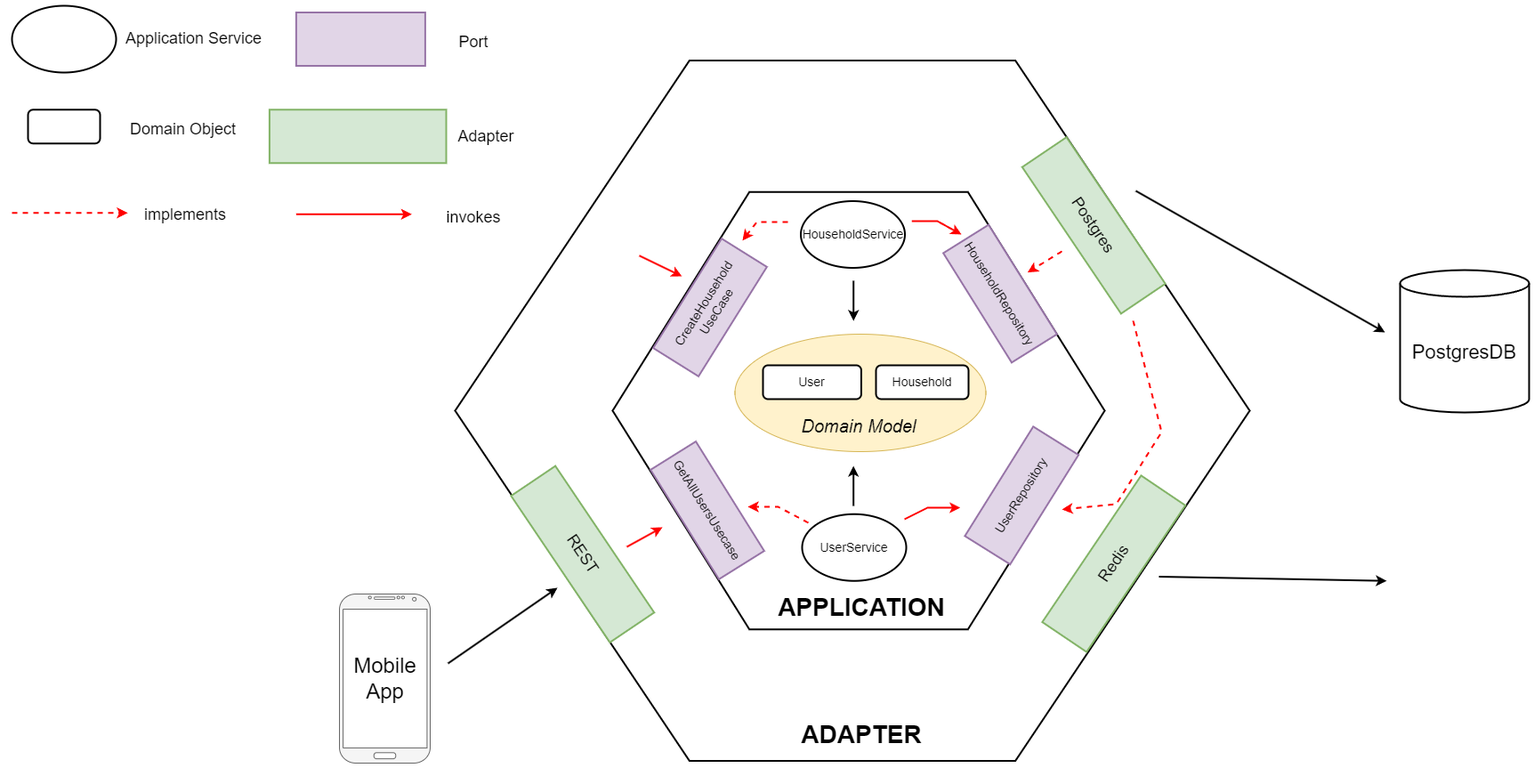
Before: documentation/implementation/images/Household_Service_Architecture.png, a diagram exported from draw.io (xBlade58/smart-meter-platform-page). Source tidied: cells renumbered, new cells last; positions are measured from the earlier drawing's top-left corner, leaving out a move shared by most shapes.
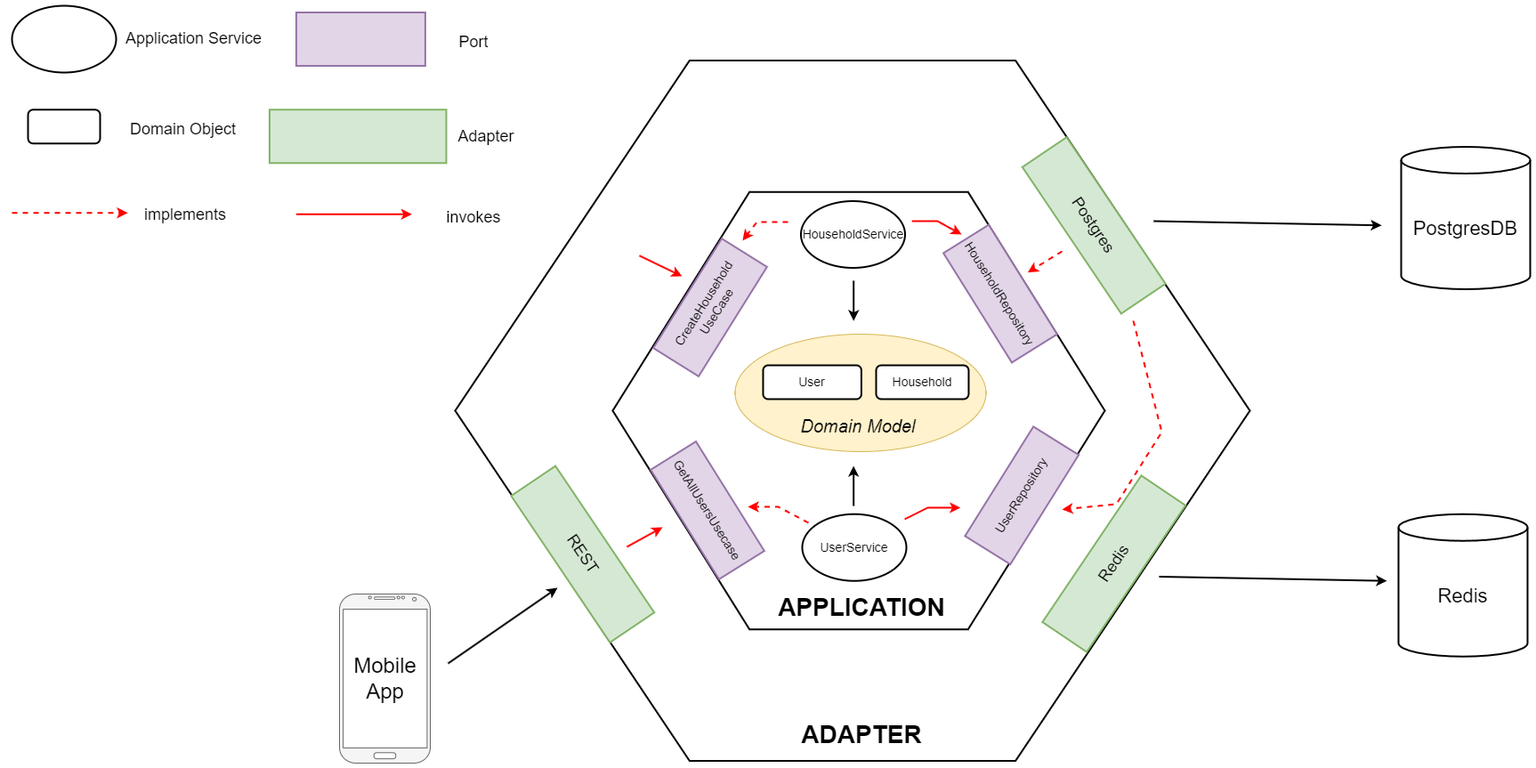
The same diagram one commit later.

Change to the diagram source:
```diff
@@ -18,7 +18,7 @@
       <mxGeometry x="886.5" y="219.5" width="117" height="75" as="geometry" />
     </mxCell>
     <mxCell id="7" value="&lt;font style=&quot;font-size: 22px&quot;&gt;PostgresDB&lt;/font&gt;" style="shape=cylinder3;whiteSpace=wrap;html=1;boundedLbl=1;backgroundOutline=1;size=15;strokeWidth=2;" parent="1" vertex="1">
-      <mxGeometry x="1560" y="297" width="145" height="160" as="geometry" />
+      <mxGeometry x="1561" y="158.5" width="145" height="160" as="geometry" />
     </mxCell>
     <mxCell id="8" value="&lt;b&gt;&lt;font style=&quot;font-size: 28px&quot;&gt;APPLICATION&lt;/font&gt;&lt;/b&gt;" style="text;html=1;strokeColor=none;fillColor=none;align=center;verticalAlign=middle;whiteSpace=wrap;rounded=0;fontSize=24;" parent="1" vertex="1">
       <mxGeometry x="846.8" y="655" width="215.5" height="41" as="geometry" />
@@ -70,12 +70,6 @@
     <mxCell id="18" value="&lt;span style=&quot;font-size: 18px&quot;&gt;Domain Object&lt;br&gt;&lt;/span&gt;" style="text;html=1;strokeColor=none;fillColor=none;align=center;verticalAlign=middle;whiteSpace=wrap;rounded=0;labelBorderColor=none;fontSize=26;fontColor=default;" parent="1" vertex="1">
       <mxGeometry x="120.4" y="113" width="145" height="45.5" as="geometry" />
     </mxCell>
-    <mxCell id="19" style="endArrow=classic;html=1;rounded=0;fontSize=26;fontColor=default;strokeWidth=2;" parent="1" edge="1">
-      <mxGeometry relative="1" as="geometry">
-        <mxPoint x="1263" y="208" as="sourcePoint" />
-        <mxPoint x="1543" y="367" as="targetPoint" />
-      </mxGeometry>
-    </mxCell>
     <mxCell id="20" style="verticalLabelPosition=bottom;verticalAlign=top;html=1;shadow=0;dashed=0;strokeWidth=1;shape=mxgraph.android.phone2;labelBorderColor=none;fontSize=24;fillColor=#f5f5f5;fontColor=#333333;strokeColor=#666666;" parent="1" vertex="1">
       <mxGeometry x="368" y="661" width="102" height="190" as="geometry" />
     </mxCell>
@@ -200,5 +194,14 @@
         <mxPoint x="1545" y="646.2" as="targetPoint" />
       </mxGeometry>
     </mxCell>
+    <mxCell id="48" style="endArrow=classic;html=1;rounded=0;fontSize=26;fontColor=default;strokeWidth=2;" parent="1" edge="1">
+      <mxGeometry relative="1" as="geometry">
+        <mxPoint x="1283" y="242" as="sourcePoint" />
+        <mxPoint x="1539" y="246.8" as="targetPoint" />
+      </mxGeometry>
+    </mxCell>
+    <mxCell id="49" value="&lt;font style=&quot;font-size: 22px&quot;&gt;Redis&lt;/font&gt;" style="shape=cylinder3;whiteSpace=wrap;html=1;boundedLbl=1;backgroundOutline=1;size=15;strokeWidth=2;" parent="1" vertex="1">
+      <mxGeometry x="1558" y="571.2" width="145" height="160" as="geometry" />
+    </mxCell>
   </root>
 </mxGraphModel>
```
